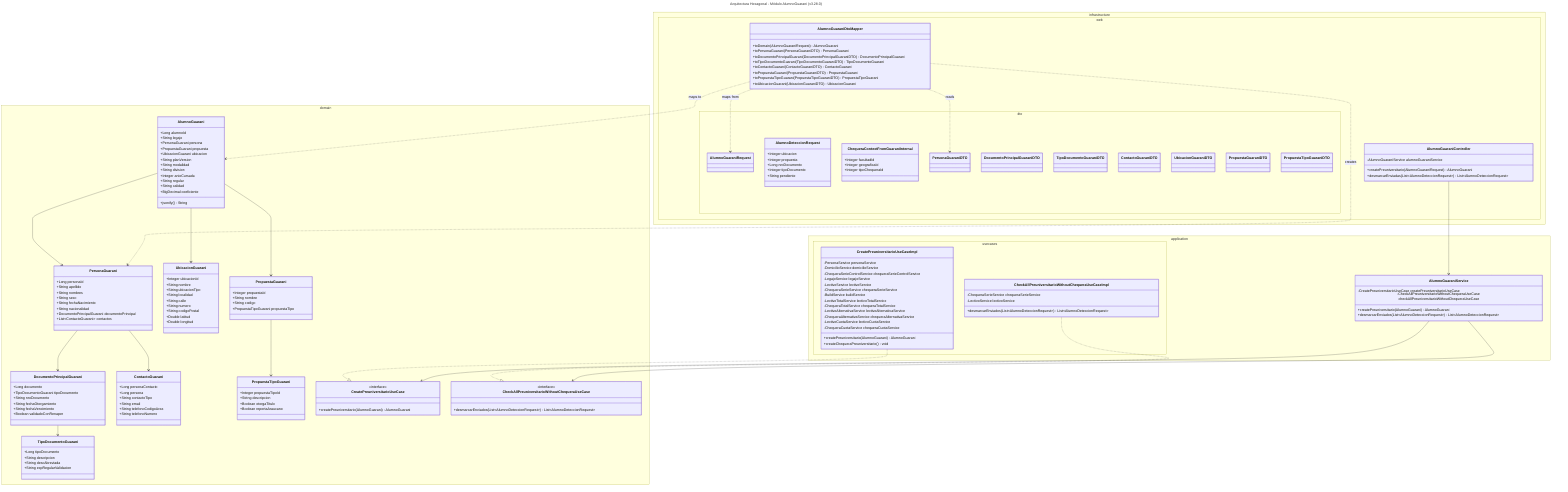
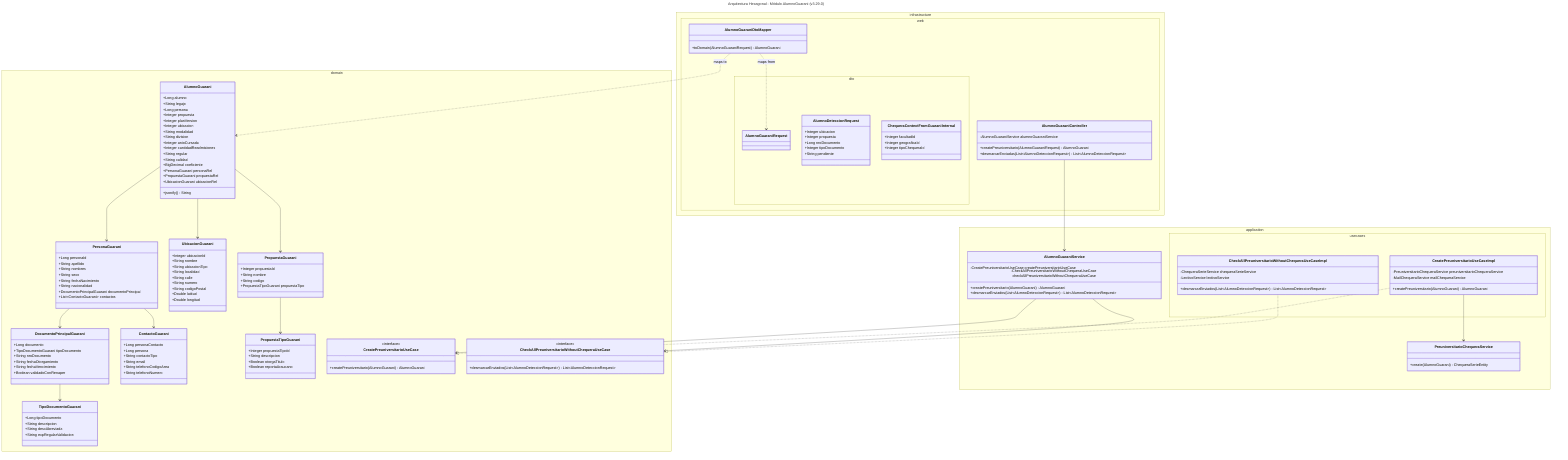
---
- title: Arquitectura Hexagonal - Módulo AlumnoGuarani (v3.28.0)
+ title: Arquitectura Hexagonal - Módulo AlumnoGuarani (v3.29.0)
---

classDiagram
    direction TB

    namespace domain {
        class AlumnoGuarani {
-             +Long alumnoId
+             +Long alumno
            +String legajo
-             +PersonaGuarani persona
-             +PropuestaGuarani propuesta
-             +UbicacionGuarani ubicacion
-             +String planVersion
+             +Long persona
+             +Integer propuesta
+             +Integer planVersion
+             +Integer ubicacion
            +String modalidad
            +String division
            +Integer anioCursada
+             +Integer cantidadReadmisiones
            +String regular
            +String calidad
            +BigDecimal coeficiente
+             +PersonaGuarani personaRel
+             +PropuestaGuarani propuestaRel
+             +UbicacionGuarani ubicacionRel
            +jsonify() String
        }

        class PersonaGuarani {
            +Long personaId
            +String apellido
            +String nombres
            +String sexo
            +String fechaNacimiento
            +String nacionalidad
            +DocumentoPrincipalGuarani documentoPrincipal
            +List~ContactoGuarani~ contactos
        }

        class DocumentoPrincipalGuarani {
            +Long documento
            +TipoDocumentoGuarani tipoDocumento
            +String nroDocumento
            +String fechaOtorgamiento
            +String fechaVencimiento
            +Boolean validadoConRenaper
        }

        class TipoDocumentoGuarani {
            +Long tipoDocumento
            +String descripcion
            +String descAbreviada
            +String expRegularValidacion
        }

        class ContactoGuarani {
            +Long personaContacto
            +Long persona
            +String contactoTipo
            +String email
            +String telefonoCodigoArea
            +String telefonoNumero
        }

        class UbicacionGuarani {
            +Integer ubicacionId
            +String nombre
            +String ubicacionTipo
            +String localidad
            +String calle
            +String numero
            +String codigoPostal
            +Double latitud
            +Double longitud
        }

        class PropuestaGuarani {
            +Integer propuestaId
            +String nombre
            +String codigo
            +PropuestaTipoGuarani propuestaTipo
        }

        class PropuestaTipoGuarani {
            +Integer propuestaTipoId
            +String descripcion
            +Boolean otorgaTitulo
            +Boolean reportaAraucano
        }

        class CreatePreuniversitarioUseCase {
            <<interface>>
            +createPreuniversitario(AlumnoGuarani) AlumnoGuarani
        }

        class CheckAllPreuniversitarioWithoutChequeraUseCase {
            <<interface>>
            +desmarcarEnviados(List~AlumnoDeteccionRequest~) List~AlumnoDeteccionRequest~
        }
    }

    namespace application {
        class AlumnoGuaraniService {
            -CreatePreuniversitarioUseCase createPreuniversitarioUseCase
            -CheckAllPreuniversitarioWithoutChequeraUseCase checkAllPreuniversitarioWithoutChequeraUseCase
            +createPreuniversitario(AlumnoGuarani) AlumnoGuarani
            +desmarcarEnviados(List~AlumnoDeteccionRequest~) List~AlumnoDeteccionRequest~
        }

        namespace usecases {
            class CreatePreuniversitarioUseCaseImpl {
-                 -PersonaService personaService
-                 -DomicilioService domicilioService
-                 -ChequeraSerieControlService chequeraSerieControlService
-                 -LegajoService legajoService
-                 -LectivoService lectivoService
-                 -ChequeraSerieService chequeraSerieService
-                 -BuildService buildService
-                 -LectivoTotalService lectivoTotalService
-                 -ChequeraTotalService chequeraTotalService
-                 -LectivoAlternativaService lectivoAlternativaService
-                 -ChequeraAlternativaService chequeraAlternativaService
-                 -LectivoCuotaService lectivoCuotaService
-                 -ChequeraCuotaService chequeraCuotaService
+                 -PreuniversitarioChequeraService preuniversitarioChequeraService
+                 -MailChequeraService mailChequeraService
                +createPreuniversitario(AlumnoGuarani) AlumnoGuarani
-                 +createChequeraPreuniversitario() void
            }

            class CheckAllPreuniversitarioWithoutChequeraUseCaseImpl {
                -ChequeraSerieService chequeraSerieService
                -LectivoService lectivoService
                +desmarcarEnviados(List~AlumnoDeteccionRequest~) List~AlumnoDeteccionRequest~
            }
+         }
+ 
+         class PreuniversitarioChequeraService {
+             +create(AlumnoGuarani) ChequeraSerieEntity
        }
    }

    namespace infrastructure {
        namespace web {
            class AlumnoGuaraniController {
                -AlumnoGuaraniService alumnoGuaraniService
                +createPreuniversitario(AlumnoGuaraniRequest) AlumnoGuarani
                +desmarcarEnviadas(List~AlumnoDeteccionRequest~) List~AlumnoDeteccionRequest~
            }

            namespace dto {
                class AlumnoGuaraniRequest
                class AlumnoDeteccionRequest {
                    +Integer ubicacion
                    +Integer propuesta
                    +Long nroDocumento
                    +Integer tipoDocumento
                    +String pendiente
                }
                class ChequeraContextFromGuaraniInternal {
                    +Integer facultadId
                    +Integer geograficaId
                    +Integer tipoChequeraId
                }
-                 class PersonaGuaraniDTO
-                 class DocumentoPrincipalGuaraniDTO
-                 class TipoDocumentoGuaraniDTO
-                 class ContactoGuaraniDTO
-                 class UbicacionGuaraniDTO
-                 class PropuestaGuaraniDTO
-                 class PropuestaTipoGuaraniDTO
            }

            class AlumnoGuaraniDtoMapper {
                +toDomain(AlumnoGuaraniRequest) AlumnoGuarani
-                 +toPersonaGuarani(PersonaGuaraniDTO) PersonaGuarani
-                 +toDocumentoPrincipalGuarani(DocumentoPrincipalGuaraniDTO) DocumentoPrincipalGuarani
-                 +toTipoDocumentoGuarani(TipoDocumentoGuaraniDTO) TipoDocumentoGuarani
-                 +toContactoGuarani(ContactoGuaraniDTO) ContactoGuarani
-                 +toPropuestaGuarani(PropuestaGuaraniDTO) PropuestaGuarani
-                 +toPropuestaTipoGuarani(PropuestaTipoGuaraniDTO) PropuestaTipoGuarani
-                 +toUbicacionGuarani(UbicacionGuaraniDTO) UbicacionGuarani
            }
        }
    }

    AlumnoGuarani --> PersonaGuarani
    AlumnoGuarani --> PropuestaGuarani
    AlumnoGuarani --> UbicacionGuarani
    PersonaGuarani --> DocumentoPrincipalGuarani
    PersonaGuarani --> ContactoGuarani
    DocumentoPrincipalGuarani --> TipoDocumentoGuarani
    PropuestaGuarani --> PropuestaTipoGuarani

    CreatePreuniversitarioUseCaseImpl ..|> CreatePreuniversitarioUseCase
    CheckAllPreuniversitarioWithoutChequeraUseCaseImpl ..|> CheckAllPreuniversitarioWithoutChequeraUseCase

    AlumnoGuaraniService --> CreatePreuniversitarioUseCase
    AlumnoGuaraniService --> CheckAllPreuniversitarioWithoutChequeraUseCase

+     CreatePreuniversitarioUseCaseImpl --> PreuniversitarioChequeraService
+ 
    AlumnoGuaraniController --> AlumnoGuaraniService
    AlumnoGuaraniDtoMapper ..> AlumnoGuaraniRequest : maps from
    AlumnoGuaraniDtoMapper ..> AlumnoGuarani : maps to
-     AlumnoGuaraniDtoMapper ..> PersonaGuaraniDTO : reads
-     AlumnoGuaraniDtoMapper ..> PersonaGuarani : creates
